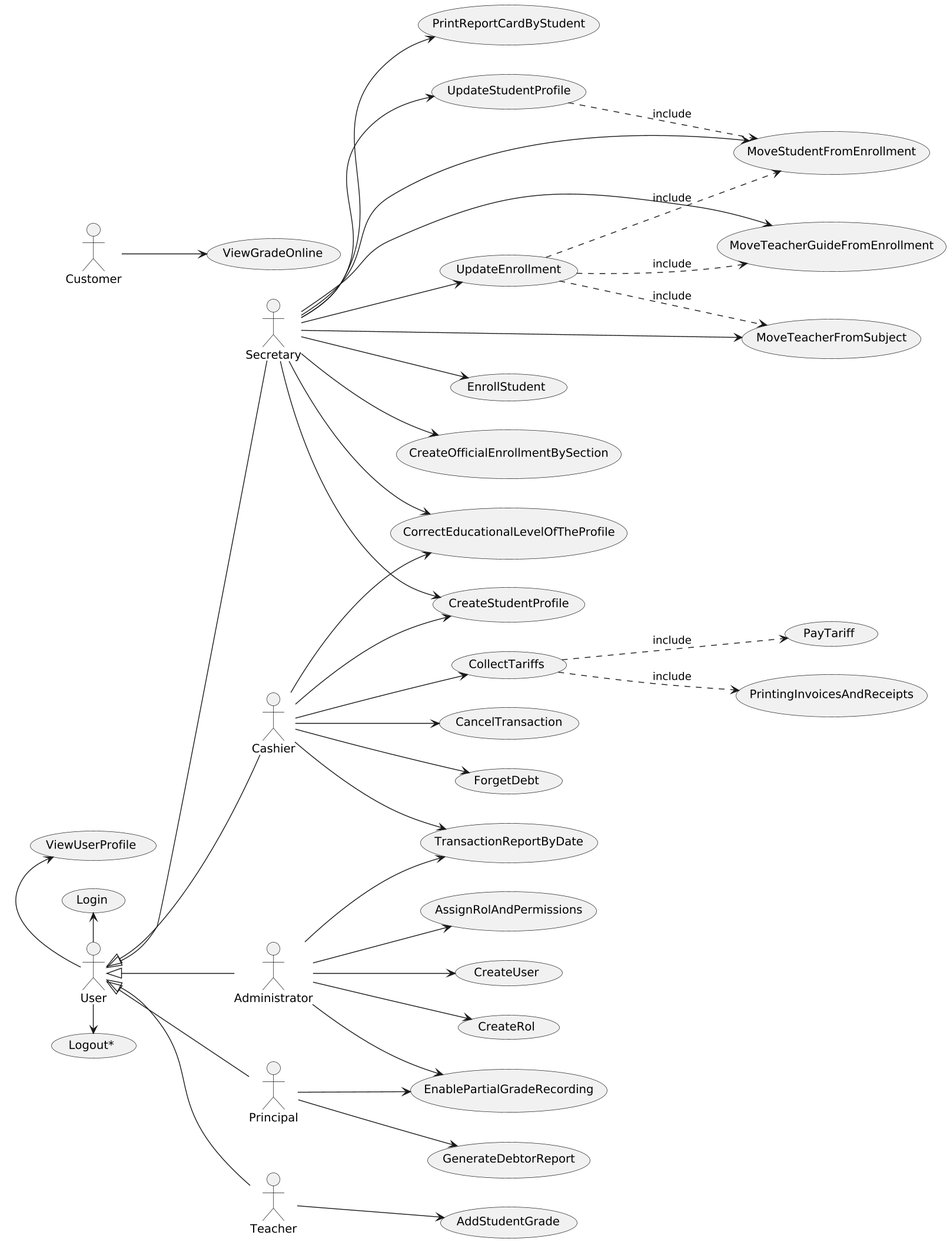
Above: out/UseCaseView/UseCases.png in wsmcbl/wsmcbl.doc (PlantUML), before the change.
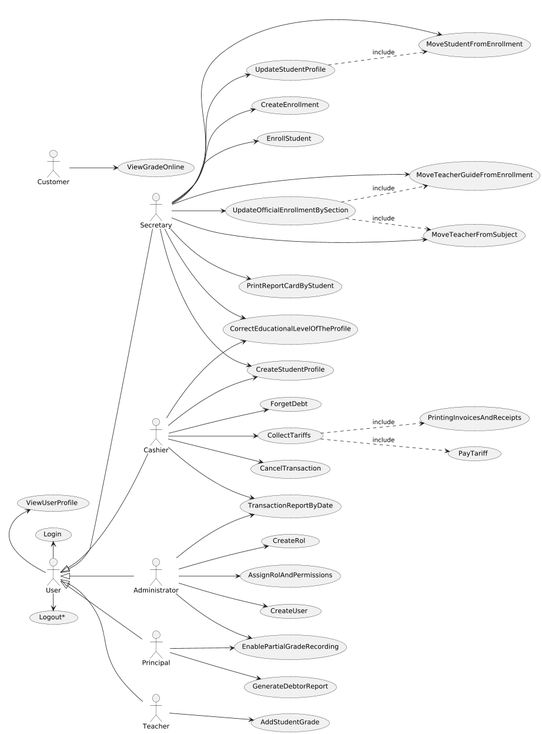
Later version of the same file.

Change to the diagram source:
```diff
@@ -11,20 +11,20 @@
 User <|-- Cashier
 
 usecase EnrollStudent
-usecase CreateOfficialEnrollmentBySection
+usecase CU05 as "UpdateOfficialEnrollmentBySection"
 usecase PrintingInvoicesAndReceipts
 usecase PrintReportCardByStudent
 usecase CU21 as "MoveTeacherGuideFromEnrollment"
-usecase CollectTariffs
+usecase CU03 as "CollectTariffs"
 
 Secretary --> EnrollStudent
-Secretary --> CreateOfficialEnrollmentBySection
+Secretary --> CU05
 Secretary --> PrintReportCardByStudent
 Secretary --> CU21
 
-Cashier --> CollectTariffs
+Cashier --> CU03
 
-CollectTariffs ..> PrintingInvoicesAndReceipts: include
+CU03 ..> PrintingInvoicesAndReceipts: include
 
 actor Customer
 actor Teacher
@@ -46,7 +46,7 @@
 
 Teacher --> CU11
 
-CollectTariffs ..> CU60 : include
+CU03 ..> CU60 : include
 
 
 actor Administrator
@@ -81,7 +81,7 @@
 User <|-- Principal
 
 usecase CU07 as "GenerateDebtorReport"
-usecase CU20 as "UpdateEnrollment"
+usecase CU20 as "CreateEnrollment"
 usecase CU46 as "CreateUser"
 usecase CU51 as "ViewUserProfile"
 usecase CU61 as "EnablePartialGradeRecording"
@@ -106,8 +106,7 @@
 
 User -left-> CU51
 
-CU20 ..> CU21 : include
-CU20 ..> CU22 : include
-CU20 ..> CU23 : include
+CU05 ..> CU21 : include
+CU05 ..> CU22 : include
 
 @enduml
```
